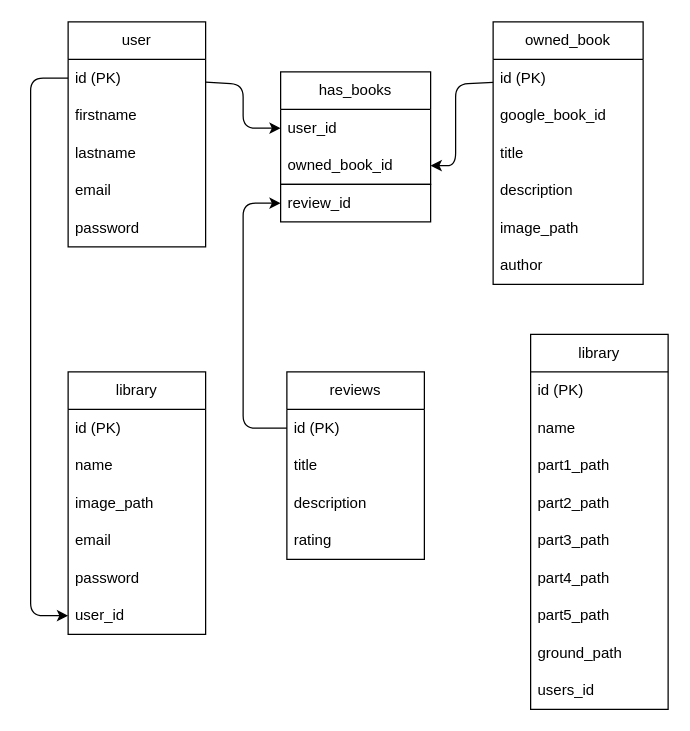
Earlier version of the draw.io diagram docs/mcd.drawIO (cyrilplou/books-world). Source tidied: cells renumbered, new cells numbered last; positions are measured from the earlier drawing's top-left corner, leaving out a move shared by most shapes. Both pictures are drawn from the tidied source at 125%, with x=0, y=0 at pixel (30, 21).
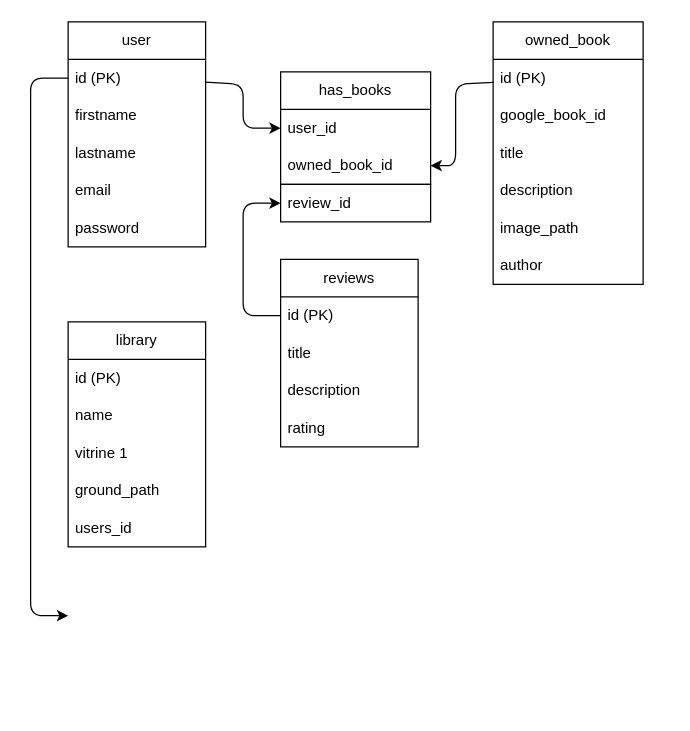
After the change.

The change refers to these unchanged cells:
```xml
<mxCell id="3" value="id (PK)&lt;br&gt;" style="text;strokeColor=none;fillColor=none;align=left;verticalAlign=middle;spacingLeft=4;spacingRight=4;overflow=hidden;points=[[0,0.5],[1,0.5]];portConstraint=eastwest;whiteSpace=wrap;html=1;" parent="2" vertex="1">
  <mxGeometry y="30" width="110" height="30" as="geometry" />
</mxCell>
<mxCell id="9" value="id (PK)&lt;br&gt;" style="text;strokeColor=none;fillColor=none;align=left;verticalAlign=middle;spacingLeft=4;spacingRight=4;overflow=hidden;points=[[0,0.5],[1,0.5]];portConstraint=eastwest;whiteSpace=wrap;html=1;" parent="8" vertex="1">
  <mxGeometry y="30" width="110" height="30" as="geometry" />
</mxCell>
<mxCell id="34" value="review_id" style="text;strokeColor=none;fillColor=none;align=left;verticalAlign=middle;spacingLeft=4;spacingRight=4;overflow=hidden;points=[[0,0.5],[1,0.5]];portConstraint=eastwest;whiteSpace=wrap;html=1;" parent="1" vertex="1">
  <mxGeometry x="200" y="130" width="120" height="30" as="geometry" />
</mxCell>
```

Change to the diagram source:
```diff
@@
     <mxCell id="8" value="reviews" style="swimlane;fontStyle=0;horizontal=1;startSize=30;whiteSpace=wrap;html=1;" parent="1" vertex="1">
-      <mxGeometry x="205" y="280" width="110" height="150" as="geometry" />
+      <mxGeometry x="200" y="190" width="110" height="150" as="geometry" />
     </mxCell>
@@
-    <mxCell id="26" value="library" style="swimlane;fontStyle=0;horizontal=1;startSize=30;whiteSpace=wrap;html=1;" parent="1" vertex="1">
-      <mxGeometry x="30" y="280" width="110" height="210" as="geometry" />
-    </mxCell>
-    <mxCell id="27" value="id (PK)&lt;br&gt;" style="text;strokeColor=none;fillColor=none;align=left;verticalAlign=middle;spacingLeft=4;spacingRight=4;overflow=hidden;whiteSpace=wrap;html=1;" parent="26" vertex="1">
-      <mxGeometry y="30" width="110" height="30" as="geometry" />
-    </mxCell>
-    <mxCell id="28" value="name" style="text;strokeColor=none;fillColor=none;align=left;verticalAlign=middle;spacingLeft=4;spacingRight=4;overflow=hidden;whiteSpace=wrap;html=1;" parent="26" vertex="1">
-      <mxGeometry y="60" width="110" height="30" as="geometry" />
-    </mxCell>
-    <mxCell id="29" value="image_path" style="text;strokeColor=none;fillColor=none;align=left;verticalAlign=middle;spacingLeft=4;spacingRight=4;overflow=hidden;whiteSpace=wrap;html=1;" parent="26" vertex="1">
-      <mxGeometry y="90" width="110" height="30" as="geometry" />
-    </mxCell>
-    <mxCell id="30" value="email" style="text;strokeColor=none;fillColor=none;align=left;verticalAlign=middle;spacingLeft=4;spacingRight=4;overflow=hidden;whiteSpace=wrap;html=1;" parent="26" vertex="1">
-      <mxGeometry y="120" width="110" height="30" as="geometry" />
-    </mxCell>
-    <mxCell id="31" value="password" style="text;strokeColor=none;fillColor=none;align=left;verticalAlign=middle;spacingLeft=4;spacingRight=4;overflow=hidden;whiteSpace=wrap;html=1;" parent="26" vertex="1">
-      <mxGeometry y="150" width="110" height="30" as="geometry" />
-    </mxCell>
-    <mxCell id="32" value="user_id" style="text;strokeColor=none;fillColor=none;align=left;verticalAlign=middle;spacingLeft=4;spacingRight=4;overflow=hidden;points=[[0,0.5],[1,0.5]];portConstraint=eastwest;whiteSpace=wrap;html=1;" parent="26" vertex="1">
-      <mxGeometry y="180" width="110" height="30" as="geometry" />
-    </mxCell>
@@
     <mxCell id="35" style="edgeStyle=none;html=1;exitX=0;exitY=0.5;exitDx=0;exitDy=0;entryX=0;entryY=0.5;entryDx=0;entryDy=0;" parent="1" edge="1" source="9" target="34">
       <mxGeometry relative="1" as="geometry">
         <Array as="points">
-          <mxPoint x="170" y="325" />
+          <mxPoint x="170" y="235" />
           <mxPoint x="170" y="145" />
         </Array>
       </mxGeometry>
     </mxCell>
-    <mxCell id="36" style="edgeStyle=none;html=1;exitX=0;exitY=0.5;exitDx=0;exitDy=0;entryX=0;entryY=0.5;entryDx=0;entryDy=0;" parent="1" edge="1" source="3" target="32">
+    <mxCell id="36" style="edgeStyle=none;html=1;exitX=0;exitY=0.5;exitDx=0;exitDy=0;" parent="1" edge="1" source="3">
       <mxGeometry relative="1" as="geometry">
+        <mxPoint x="30" y="475" as="targetPoint" />
         <Array as="points">
           <mxPoint y="45" />
           <mxPoint y="475" />
         </Array>
       </mxGeometry>
     </mxCell>
     <mxCell id="37" value="library" style="swimlane;fontStyle=0;horizontal=1;startSize=30;whiteSpace=wrap;html=1;" parent="1" vertex="1">
-      <mxGeometry x="400" y="250" width="110" height="300" as="geometry" />
+      <mxGeometry x="30" y="240" width="110" height="180" as="geometry" />
     </mxCell>
@@
+    <mxCell id="28" value="name" style="text;strokeColor=none;fillColor=none;align=left;verticalAlign=middle;spacingLeft=4;spacingRight=4;overflow=hidden;whiteSpace=wrap;html=1;" parent="37" vertex="1">
+      <mxGeometry y="60" width="110" height="30" as="geometry" />
+    </mxCell>
-    <mxCell id="39" value="name" style="text;strokeColor=none;fillColor=none;align=left;verticalAlign=middle;spacingLeft=4;spacingRight=4;overflow=hidden;whiteSpace=wrap;html=1;" parent="37" vertex="1">
-      <mxGeometry y="60" width="110" height="30" as="geometry" />
+    <mxCell id="39" value="vitrine 1" style="text;strokeColor=none;fillColor=none;align=left;verticalAlign=middle;spacingLeft=4;spacingRight=4;overflow=hidden;whiteSpace=wrap;html=1;" parent="37" vertex="1">
+      <mxGeometry y="90" width="110" height="30" as="geometry" />
     </mxCell>
-    <mxCell id="40" value="part1_path" style="text;strokeColor=none;fillColor=none;align=left;verticalAlign=middle;spacingLeft=4;spacingRight=4;overflow=hidden;whiteSpace=wrap;html=1;" parent="37" vertex="1">
-      <mxGeometry y="90" width="110" height="30" as="geometry" />
-    </mxCell>
-    <mxCell id="41" value="part2_path" style="text;strokeColor=none;fillColor=none;align=left;verticalAlign=middle;spacingLeft=4;spacingRight=4;overflow=hidden;whiteSpace=wrap;html=1;" parent="37" vertex="1">
-      <mxGeometry y="120" width="110" height="30" as="geometry" />
-    </mxCell>
-    <mxCell id="42" value="part3_path" style="text;strokeColor=none;fillColor=none;align=left;verticalAlign=middle;spacingLeft=4;spacingRight=4;overflow=hidden;whiteSpace=wrap;html=1;" parent="37" vertex="1">
-      <mxGeometry y="150" width="110" height="30" as="geometry" />
-    </mxCell>
-    <mxCell id="43" value="part4_path" style="text;strokeColor=none;fillColor=none;align=left;verticalAlign=middle;spacingLeft=4;spacingRight=4;overflow=hidden;whiteSpace=wrap;html=1;" parent="37" vertex="1">
-      <mxGeometry y="180" width="110" height="30" as="geometry" />
-    </mxCell>
-    <mxCell id="44" value="part5_path" style="text;strokeColor=none;fillColor=none;align=left;verticalAlign=middle;spacingLeft=4;spacingRight=4;overflow=hidden;whiteSpace=wrap;html=1;" parent="37" vertex="1">
-      <mxGeometry y="210" width="110" height="30" as="geometry" />
-    </mxCell>
     <mxCell id="45" value="ground_path" style="text;strokeColor=none;fillColor=none;align=left;verticalAlign=middle;spacingLeft=4;spacingRight=4;overflow=hidden;whiteSpace=wrap;html=1;" parent="37" vertex="1">
-      <mxGeometry y="240" width="110" height="30" as="geometry" />
+      <mxGeometry y="120" width="110" height="30" as="geometry" />
     </mxCell>
     <mxCell id="46" value="users_id" style="text;strokeColor=none;fillColor=none;align=left;verticalAlign=middle;spacingLeft=4;spacingRight=4;overflow=hidden;whiteSpace=wrap;html=1;" parent="37" vertex="1">
-      <mxGeometry y="270" width="110" height="30" as="geometry" />
+      <mxGeometry y="150" width="110" height="30" as="geometry" />
     </mxCell>
```
